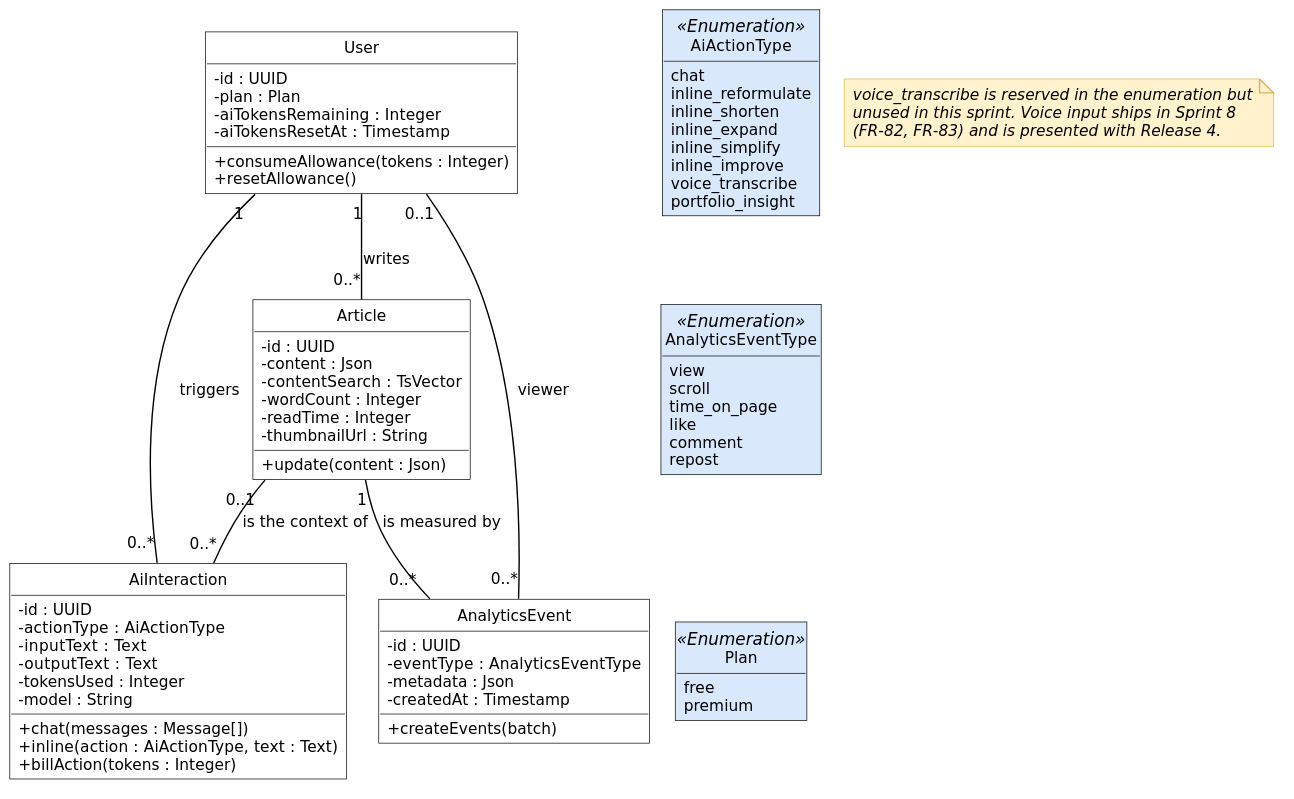
Above: diagrams/fig-4-5-classes-sprint-2/fig-4-5-classes-sprint-2.svg in inkwell-dev/spec.inkwell.ai (PlantUML), before the change.
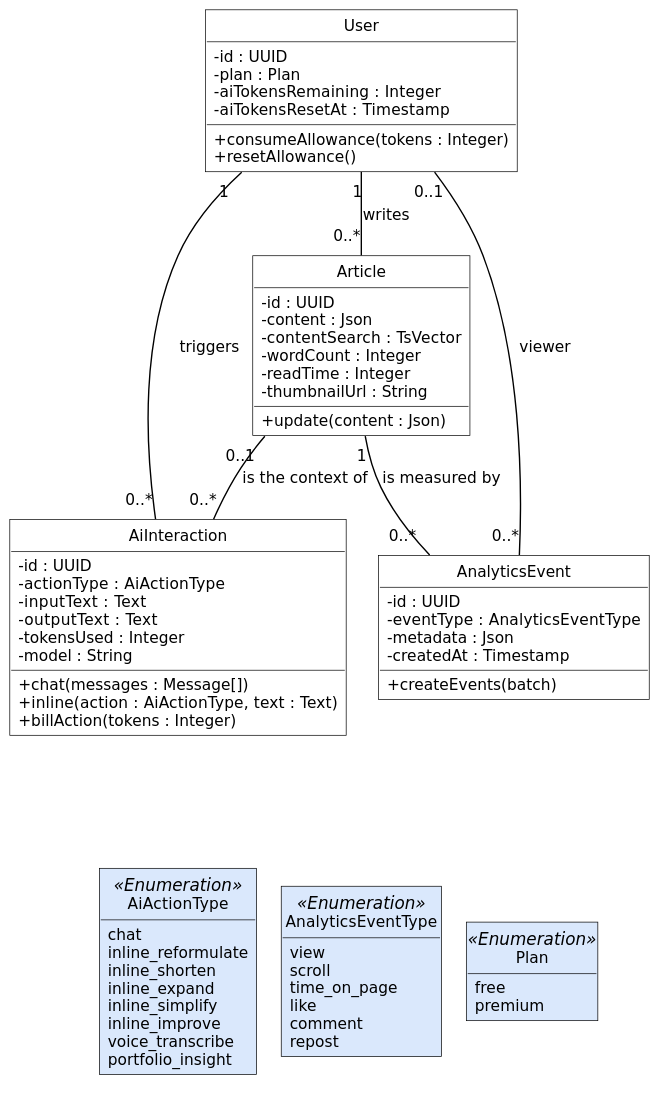
After the commit.

The edit, as a diff of the source:
```diff
@@ -70,12 +70,7 @@
 Article "1" -- "0..*" AnalyticsEvent : is measured by
 User "0..1" -- "0..*" AnalyticsEvent : viewer
 
-note as N1
-  voice_transcribe is reserved in the enumeration but
-  unused in this sprint. Voice input ships in Sprint 8
-  (FR-82, FR-83) and is presented with Release 4.
-end note
-
-AiActionType -[hidden]down- AnalyticsEventType
-AnalyticsEventType -[hidden]down- Plan
+AiInteraction -[hidden]-- AiActionType
+AiActionType -[hidden]right- AnalyticsEventType
+AnalyticsEventType -[hidden]right- Plan
 @enduml
```
